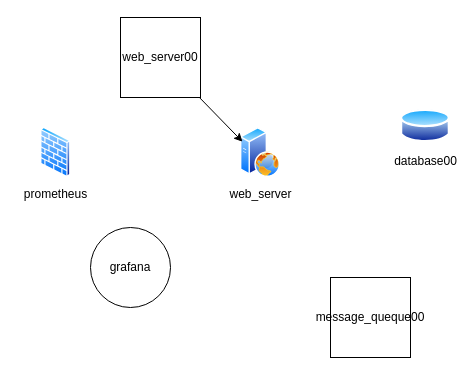
Before: drawio_Diagrams/ProvaProprieta.drawio.xml in PierCarrozzini/Fake_Architecture_Orchestrator, a draw.io diagram. Source tidied: cells renumbered, new cells numbered last; positions are measured from the earlier drawing's top-left corner, leaving out a move shared by most shapes. Both pictures are drawn from the tidied source at 100%, with x=0, y=0 at pixel (40, 17).
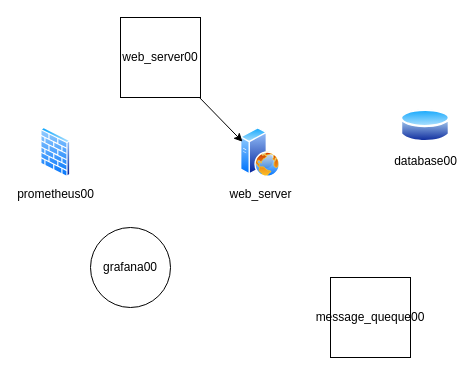
After the change.

Diff of the diagram source:
```diff
@@
 <mxGraphModel>
   <root>
     <mxCell id="0" />
     <mxCell id="1" parent="0" />
     <mxCell id="2" value="web_server" style="image;perimeter=ellipsePerimeter;html=1;align=center;shadow=0;dashed=0;spacingTop=3;image=img/lib/active_directory/web_server.svg;" parent="1" vertex="1">
       <mxGeometry x="200" y="110" width="40" height="50" as="geometry" />
     </mxCell>
     <mxCell id="3" value="web_server00" style="whiteSpace=wrap;html=1;" parent="1" vertex="1">
       <mxGeometry x="80" width="80" height="80" as="geometry" />
     </mxCell>
     <mxCell id="4" style="endArrow=classic;html=1;rounded=0;entryX=0;entryY=0.25;entryDx=0;entryDy=0;" parent="1" edge="1" source="3" target="2">
       <mxGeometry relative="1" as="geometry" />
     </mxCell>
     <mxCell id="5" value="database00" style="image;perimeter=ellipsePerimeter;html=1;align=center;shadow=0;dashed=0;spacingTop=3;image=img/lib/active_directory/database.svg;" parent="1" vertex="1">
       <mxGeometry x="360" y="90" width="50" height="37" as="geometry" />
     </mxCell>
     <mxCell id="6" value="message_queque00" style="whiteSpace=wrap;html=1;" parent="1" vertex="1">
       <mxGeometry x="290" y="260" width="80" height="80" as="geometry" />
     </mxCell>
-    <mxCell id="7" value="grafana" style="ellipse;whiteSpace=wrap;html=1;" parent="1" vertex="1">
+    <mxCell id="7" value="grafana00" style="ellipse;whiteSpace=wrap;html=1;" parent="1" vertex="1">
       <mxGeometry x="50" y="210" width="80" height="80" as="geometry" />
     </mxCell>
-    <mxCell id="8" value="prometheus" style="image;perimeter=ellipsePerimeter;html=1;align=center;shadow=0;dashed=0;spacingTop=3;image=img/lib/active_directory/firewall.svg;" parent="1" vertex="1">
+    <mxCell id="8" value="prometheus00" style="image;perimeter=ellipsePerimeter;html=1;align=center;shadow=0;dashed=0;spacingTop=3;image=img/lib/active_directory/firewall.svg;" parent="1" vertex="1">
       <mxGeometry y="110" width="30.5" height="50" as="geometry" />
     </mxCell>
   </root>
 </mxGraphModel>
```
